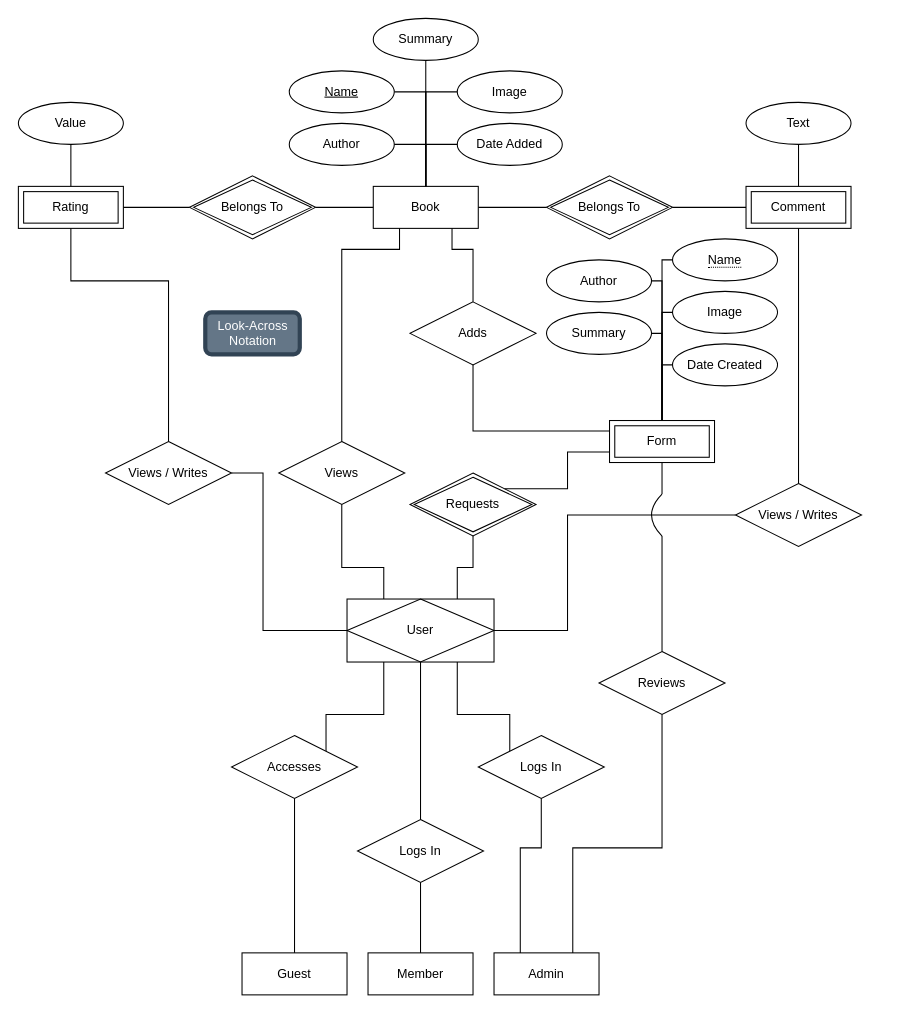
Before: BDB Diagram.drawio in theinsurgentarchive/BDB, a draw.io diagram. Source tidied: cells renumbered, new cells numbered last; positions are measured from the earlier drawing's top-left corner, leaving out a move shared by most shapes. Both pictures are drawn from the tidied source at 105%, with x=0, y=0 at pixel (18, 18).
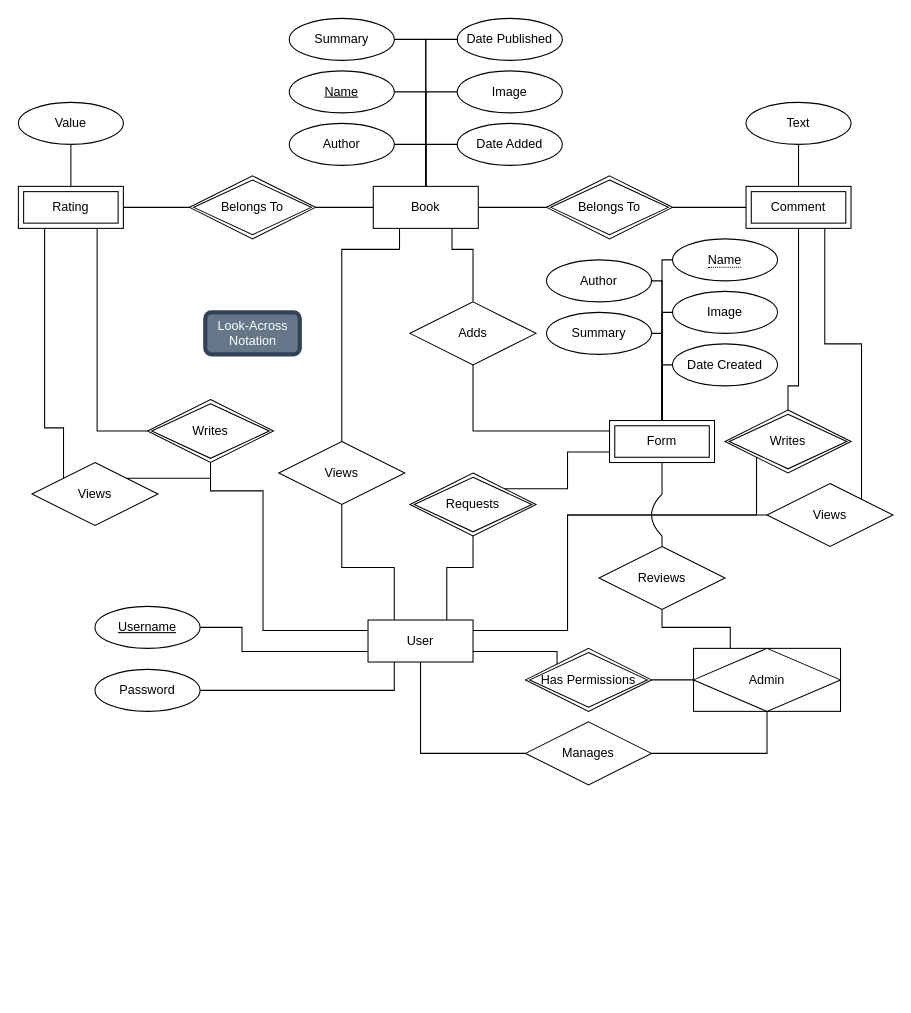
The same diagram, later.

The change refers to these unchanged cells:
```xml
<mxCell id="2" value="&lt;div&gt;Book&lt;/div&gt;" style="whiteSpace=wrap;html=1;align=center;" parent="1" vertex="1">
  <mxGeometry x="338" y="160" width="100" height="40" as="geometry" />
</mxCell>
<mxCell id="11" value="Rating" style="shape=ext;margin=3;double=1;whiteSpace=wrap;html=1;align=center;" parent="1" vertex="1">
  <mxGeometry y="160" width="100" height="40" as="geometry" />
</mxCell>
<mxCell id="12" value="&lt;div&gt;Comment&lt;/div&gt;" style="shape=ext;margin=3;double=1;whiteSpace=wrap;html=1;align=center;" parent="1" vertex="1">
  <mxGeometry x="693" y="160" width="100" height="40" as="geometry" />
</mxCell>
<mxCell id="23" value="&lt;div&gt;Views&lt;/div&gt;" style="shape=rhombus;perimeter=rhombusPerimeter;whiteSpace=wrap;html=1;align=center;" parent="1" vertex="1">
  <mxGeometry x="248" y="403" width="120" height="60" as="geometry" />
</mxCell>
<mxCell id="33" value="&lt;div&gt;Requests&lt;/div&gt;" style="shape=rhombus;double=1;perimeter=rhombusPerimeter;whiteSpace=wrap;html=1;align=center;" parent="1" vertex="1">
  <mxGeometry x="373" y="433" width="120" height="60" as="geometry" />
</mxCell>
```

What changed in the source:
```diff
@@
-    <mxCell id="24" style="endArrow=none;html=1;rounded=0;entryX=0.5;entryY=1;entryDx=0;entryDy=0;exitX=0.25;exitY=0;exitDx=0;exitDy=0;" parent="1" edge="1" source="38" target="23">
+    <mxCell id="24" style="endArrow=none;html=1;rounded=0;entryX=0.5;entryY=1;entryDx=0;entryDy=0;exitX=0.25;exitY=0;exitDx=0;exitDy=0;" parent="1" edge="1" source="50" target="23">
       <mxGeometry relative="1" as="geometry">
         <Array as="points">
-          <mxPoint x="348" y="523" />
+          <mxPoint x="358" y="523" />
           <mxPoint x="308" y="523" />
         </Array>
       </mxGeometry>
     </mxCell>
@@
-    <mxCell id="26" value="Views / Writes" style="shape=rhombus;perimeter=rhombusPerimeter;whiteSpace=wrap;html=1;align=center;" parent="1" vertex="1">
-      <mxGeometry x="683" y="443" width="120" height="60" as="geometry" />
+    <mxCell id="26" value="Views" style="shape=rhombus;perimeter=rhombusPerimeter;whiteSpace=wrap;html=1;align=center;" parent="1" vertex="1">
+      <mxGeometry x="713" y="443" width="120" height="60" as="geometry" />
     </mxCell>
-    <mxCell id="27" value="Views / Writes" style="shape=rhombus;perimeter=rhombusPerimeter;whiteSpace=wrap;html=1;align=center;" parent="1" vertex="1">
-      <mxGeometry x="83" y="403" width="120" height="60" as="geometry" />
+    <mxCell id="27" value="&lt;div&gt;Views&lt;/div&gt;" style="shape=rhombus;perimeter=rhombusPerimeter;whiteSpace=wrap;html=1;align=center;" parent="1" vertex="1">
+      <mxGeometry x="13" y="423" width="120" height="60" as="geometry" />
     </mxCell>
-    <mxCell id="28" style="endArrow=none;html=1;rounded=0;exitX=1;exitY=0.5;exitDx=0;exitDy=0;entryX=0;entryY=0.5;entryDx=0;entryDy=0;" parent="1" edge="1" source="27" target="38">
+    <mxCell id="28" style="endArrow=none;html=1;rounded=0;exitX=0.5;exitY=1;exitDx=0;exitDy=0;entryX=0;entryY=0.25;entryDx=0;entryDy=0;" parent="1" edge="1" source="76" target="50">
       <mxGeometry relative="1" as="geometry">
         <Array as="points">
-          <mxPoint x="233" y="433" />
+          <mxPoint x="183" y="450" />
+          <mxPoint x="233" y="450" />
           <mxPoint x="233" y="583" />
         </Array>
       </mxGeometry>
     </mxCell>
-    <mxCell id="29" style="endArrow=none;html=1;rounded=0;exitX=0;exitY=0.5;exitDx=0;exitDy=0;entryX=1;entryY=0.5;entryDx=0;entryDy=0;" parent="1" edge="1" source="26" target="38">
+    <mxCell id="29" style="endArrow=none;html=1;rounded=0;exitX=0;exitY=0.5;exitDx=0;exitDy=0;entryX=1;entryY=0.5;entryDx=0;entryDy=0;" parent="1" edge="1" source="26">
       <mxGeometry relative="1" as="geometry">
+        <mxPoint x="453" y="583" as="targetPoint" />
         <Array as="points">
           <mxPoint x="523" y="473" />
           <mxPoint x="523" y="583" />
         </Array>
       </mxGeometry>
     </mxCell>
-    <mxCell id="30" style="endArrow=none;html=1;rounded=0;exitX=0.5;exitY=1;exitDx=0;exitDy=0;exitPerimeter=0;entryX=0.5;entryY=0;entryDx=0;entryDy=0;" parent="1" edge="1" source="12" target="26">
-      <mxGeometry relative="1" as="geometry" />
+    <mxCell id="30" style="endArrow=none;html=1;rounded=0;exitX=0.75;exitY=1;exitDx=0;exitDy=0;entryX=1;entryY=0;entryDx=0;entryDy=0;" parent="1" edge="1" source="12" target="26">
+      <mxGeometry relative="1" as="geometry">
+        <Array as="points">
+          <mxPoint x="768" y="310" />
+          <mxPoint x="803" y="310" />
+        </Array>
+      </mxGeometry>
     </mxCell>
-    <mxCell id="31" style="endArrow=none;html=1;rounded=0;exitX=0.5;exitY=1;exitDx=0;exitDy=0;exitPerimeter=0;entryX=0.5;entryY=0;entryDx=0;entryDy=0;" parent="1" edge="1" source="11" target="27">
+    <mxCell id="31" style="endArrow=none;html=1;rounded=0;exitX=0.25;exitY=1;exitDx=0;exitDy=0;entryX=0;entryY=0;entryDx=0;entryDy=0;" parent="1" edge="1" source="11" target="27">
       <mxGeometry relative="1" as="geometry">
         <Array as="points">
-          <mxPoint x="50" y="250" />
-          <mxPoint x="143" y="250" />
+          <mxPoint x="25" y="390" />
+          <mxPoint x="43" y="390" />
         </Array>
       </mxGeometry>
     </mxCell>
@@
-    <mxCell id="34" style="endArrow=none;html=1;rounded=0;exitX=0.5;exitY=1;exitDx=0;exitDy=0;exitPerimeter=0;entryX=0.75;entryY=0;entryDx=0;entryDy=0;" parent="1" edge="1" source="33" target="38">
+    <mxCell id="34" style="endArrow=none;html=1;rounded=0;exitX=0.5;exitY=1;exitDx=0;exitDy=0;exitPerimeter=0;entryX=0.75;entryY=0;entryDx=0;entryDy=0;" parent="1" edge="1" source="33" target="50">
       <mxGeometry relative="1" as="geometry">
         <Array as="points">
           <mxPoint x="433" y="523" />
-          <mxPoint x="418" y="523" />
+          <mxPoint x="408" y="523" />
         </Array>
       </mxGeometry>
     </mxCell>
@@
-    <mxCell id="38" value="User" style="shape=associativeEntity;whiteSpace=wrap;html=1;align=center;" parent="1" vertex="1">
-      <mxGeometry x="313" y="553" width="140" height="60" as="geometry" />
-    </mxCell>
-    <mxCell id="39" style="endArrow=none;html=1;rounded=0;entryX=0.25;entryY=1;entryDx=0;entryDy=0;exitX=1;exitY=0;exitDx=0;exitDy=0;" parent="1" edge="1" source="43" target="38">
-      <mxGeometry relative="1" as="geometry">
-        <Array as="points">
-          <mxPoint x="293" y="663" />
-          <mxPoint x="348" y="663" />
-        </Array>
-      </mxGeometry>
-    </mxCell>
-    <mxCell id="40" style="endArrow=none;html=1;rounded=0;entryX=0.75;entryY=1;entryDx=0;entryDy=0;exitX=0;exitY=0;exitDx=0;exitDy=0;" parent="1" edge="1" source="44" target="38">
-      <mxGeometry relative="1" as="geometry">
-        <Array as="points">
-          <mxPoint x="468" y="663" />
-          <mxPoint x="418" y="663" />
-        </Array>
-      </mxGeometry>
-    </mxCell>
-    <mxCell id="41" style="endArrow=none;html=1;rounded=0;entryX=0.5;entryY=1;entryDx=0;entryDy=0;exitX=0.5;exitY=0;exitDx=0;exitDy=0;" parent="1" edge="1" source="42" target="38">
-      <mxGeometry relative="1" as="geometry" />
-    </mxCell>
-    <mxCell id="42" value="Logs In" style="shape=rhombus;perimeter=rhombusPerimeter;whiteSpace=wrap;html=1;align=center;" parent="1" vertex="1">
-      <mxGeometry x="323" y="763" width="120" height="60" as="geometry" />
-    </mxCell>
-    <mxCell id="43" value="Accesses" style="shape=rhombus;perimeter=rhombusPerimeter;whiteSpace=wrap;html=1;align=center;" parent="1" vertex="1">
-      <mxGeometry x="203" y="683" width="120" height="60" as="geometry" />
-    </mxCell>
-    <mxCell id="44" value="Logs In" style="shape=rhombus;perimeter=rhombusPerimeter;whiteSpace=wrap;html=1;align=center;" parent="1" vertex="1">
-      <mxGeometry x="438" y="683" width="120" height="60" as="geometry" />
-    </mxCell>
-    <mxCell id="45" value="&lt;div&gt;Reviews&lt;/div&gt;" style="shape=rhombus;perimeter=rhombusPerimeter;whiteSpace=wrap;html=1;align=center;" parent="1" vertex="1">
-      <mxGeometry x="553" y="603" width="120" height="60" as="geometry" />
-    </mxCell>
@@
-    <mxCell id="50" value="&lt;div&gt;Member&lt;/div&gt;" style="whiteSpace=wrap;html=1;align=center;" parent="1" vertex="1">
-      <mxGeometry x="333" y="890" width="100" height="40" as="geometry" />
+    <mxCell id="50" value="User" style="whiteSpace=wrap;html=1;align=center;" parent="1" vertex="1">
+      <mxGeometry x="333" y="573" width="100" height="40" as="geometry" />
     </mxCell>
-    <mxCell id="51" value="&lt;div&gt;Guest&lt;/div&gt;" style="whiteSpace=wrap;html=1;align=center;" parent="1" vertex="1">
-      <mxGeometry x="213" y="890" width="100" height="40" as="geometry" />
-    </mxCell>
-    <mxCell id="52" value="Admin" style="whiteSpace=wrap;html=1;align=center;" parent="1" vertex="1">
-      <mxGeometry x="453" y="890" width="100" height="40" as="geometry" />
-    </mxCell>
-    <mxCell id="53" style="endArrow=none;html=1;rounded=0;exitX=0.5;exitY=0;exitDx=0;exitDy=0;entryX=0.5;entryY=1;entryDx=0;entryDy=0;" parent="1" edge="1" source="51" target="43">
-      <mxGeometry relative="1" as="geometry" />
-    </mxCell>
-    <mxCell id="54" style="endArrow=none;html=1;rounded=0;exitX=0.5;exitY=1;exitDx=0;exitDy=0;entryX=0.5;entryY=0;entryDx=0;entryDy=0;" parent="1" edge="1" source="42" target="50">
-      <mxGeometry relative="1" as="geometry" />
-    </mxCell>
-    <mxCell id="55" style="endArrow=none;html=1;rounded=0;entryX=0.5;entryY=1;entryDx=0;entryDy=0;exitX=0.25;exitY=0;exitDx=0;exitDy=0;" parent="1" edge="1" source="52" target="44">
-      <mxGeometry relative="1" as="geometry">
-        <Array as="points">
-          <mxPoint x="478" y="790" />
-          <mxPoint x="498" y="790" />
-        </Array>
-      </mxGeometry>
-    </mxCell>
-    <mxCell id="56" style="endArrow=none;html=1;rounded=0;exitX=0.5;exitY=1;exitDx=0;exitDy=0;entryX=0.75;entryY=0;entryDx=0;entryDy=0;" parent="1" edge="1" source="45" target="52">
-      <mxGeometry relative="1" as="geometry">
-        <Array as="points">
-          <mxPoint x="613" y="790" />
-          <mxPoint x="528" y="790" />
-        </Array>
-      </mxGeometry>
-    </mxCell>
@@
     <mxCell id="62" value="&lt;div&gt;Summary&lt;/div&gt;" style="ellipse;whiteSpace=wrap;html=1;align=center;" parent="1" vertex="1">
-      <mxGeometry x="338" width="100" height="40" as="geometry" />
+      <mxGeometry x="258" width="100" height="40" as="geometry" />
     </mxCell>
-    <mxCell id="63" style="endArrow=none;html=1;rounded=0;exitX=0.5;exitY=0;exitDx=0;exitDy=0;entryX=0.5;entryY=1;entryDx=0;entryDy=0;" parent="1" edge="1" source="2" target="62">
-      <mxGeometry relative="1" as="geometry" />
+    <mxCell id="63" style="endArrow=none;html=1;rounded=0;exitX=0.5;exitY=0;exitDx=0;exitDy=0;entryX=1;entryY=0.5;entryDx=0;entryDy=0;" parent="1" edge="1" source="2" target="62">
+      <mxGeometry relative="1" as="geometry">
+        <Array as="points">
+          <mxPoint x="388" y="20" />
+        </Array>
+      </mxGeometry>
     </mxCell>
@@
+    <mxCell id="70" value="Date Published" style="ellipse;whiteSpace=wrap;html=1;align=center;" parent="1" vertex="1">
+      <mxGeometry x="418" width="100" height="40" as="geometry" />
+    </mxCell>
+    <mxCell id="71" style="endArrow=none;html=1;rounded=0;exitX=0.5;exitY=0;exitDx=0;exitDy=0;entryX=0;entryY=0.5;entryDx=0;entryDy=0;" parent="1" edge="1" source="2" target="70">
+      <mxGeometry relative="1" as="geometry">
+        <Array as="points">
+          <mxPoint x="388" y="20" />
+        </Array>
+      </mxGeometry>
+    </mxCell>
+    <mxCell id="72" value="Password" style="ellipse;whiteSpace=wrap;html=1;align=center;" parent="1" vertex="1">
+      <mxGeometry x="73" y="620" width="100" height="40" as="geometry" />
+    </mxCell>
+    <mxCell id="73" style="endArrow=none;html=1;rounded=0;exitX=1;exitY=0.5;exitDx=0;exitDy=0;entryX=0;entryY=0.75;entryDx=0;entryDy=0;" parent="1" edge="1" source="74" target="50">
+      <mxGeometry relative="1" as="geometry">
+        <Array as="points">
+          <mxPoint x="213" y="580" />
+          <mxPoint x="213" y="603" />
+        </Array>
+      </mxGeometry>
+    </mxCell>
+    <mxCell id="74" value="&lt;div&gt;Username&lt;/div&gt;" style="ellipse;whiteSpace=wrap;html=1;align=center;fontStyle=4;" parent="1" vertex="1">
+      <mxGeometry x="73" y="560" width="100" height="40" as="geometry" />
+    </mxCell>
+    <mxCell id="75" style="endArrow=none;html=1;rounded=0;exitX=0.25;exitY=1;exitDx=0;exitDy=0;entryX=1;entryY=0.5;entryDx=0;entryDy=0;" parent="1" edge="1" source="50" target="72">
+      <mxGeometry relative="1" as="geometry">
+        <Array as="points">
+          <mxPoint x="358" y="640" />
+          <mxPoint x="193" y="640" />
+        </Array>
+      </mxGeometry>
+    </mxCell>
+    <mxCell id="76" value="Writes" style="shape=rhombus;double=1;perimeter=rhombusPerimeter;whiteSpace=wrap;html=1;align=center;" parent="1" vertex="1">
+      <mxGeometry x="123" y="363" width="120" height="60" as="geometry" />
+    </mxCell>
+    <mxCell id="77" style="endArrow=none;html=1;rounded=0;exitX=1;exitY=0;exitDx=0;exitDy=0;" parent="1" edge="1" source="27">
+      <mxGeometry relative="1" as="geometry">
+        <mxPoint x="183" y="438" as="targetPoint" />
+      </mxGeometry>
+    </mxCell>
+    <mxCell id="78" style="endArrow=none;html=1;rounded=0;exitX=0;exitY=0.5;exitDx=0;exitDy=0;entryX=0.75;entryY=1;entryDx=0;entryDy=0;" parent="1" edge="1" source="76" target="11">
+      <mxGeometry relative="1" as="geometry">
+        <Array as="points">
+          <mxPoint x="75" y="393" />
+        </Array>
+      </mxGeometry>
+    </mxCell>
+    <mxCell id="79" value="Writes" style="shape=rhombus;double=1;perimeter=rhombusPerimeter;whiteSpace=wrap;html=1;align=center;" parent="1" vertex="1">
+      <mxGeometry x="673" y="373" width="120" height="60" as="geometry" />
+    </mxCell>
+    <mxCell id="80" style="endArrow=none;html=1;rounded=0;entryX=0;entryY=1;entryDx=0;entryDy=0;exitX=1;exitY=0.25;exitDx=0;exitDy=0;" parent="1" edge="1" source="50" target="79">
+      <mxGeometry relative="1" as="geometry">
+        <Array as="points">
+          <mxPoint x="523" y="583" />
+          <mxPoint x="523" y="473" />
+          <mxPoint x="703" y="473" />
+        </Array>
+      </mxGeometry>
+    </mxCell>
+    <mxCell id="81" style="endArrow=none;html=1;rounded=0;exitX=0.5;exitY=0;exitDx=0;exitDy=0;entryX=0.5;entryY=1;entryDx=0;entryDy=0;" parent="1" edge="1" source="79" target="12">
+      <mxGeometry relative="1" as="geometry">
+        <Array as="points">
+          <mxPoint x="733" y="350" />
+          <mxPoint x="743" y="350" />
+        </Array>
+      </mxGeometry>
+    </mxCell>
+    <mxCell id="82" value="&lt;div&gt;Manages&lt;/div&gt;" style="shape=rhombus;perimeter=rhombusPerimeter;whiteSpace=wrap;html=1;align=center;" parent="1" vertex="1">
+      <mxGeometry x="483" y="670" width="120" height="60" as="geometry" />
+    </mxCell>
+    <mxCell id="83" style="endArrow=none;html=1;rounded=0;exitX=0.5;exitY=1;exitDx=0;exitDy=0;entryX=0;entryY=0.5;entryDx=0;entryDy=0;" parent="1" edge="1" source="50" target="82">
+      <mxGeometry relative="1" as="geometry">
+        <Array as="points">
+          <mxPoint x="383" y="700" />
+        </Array>
+      </mxGeometry>
+    </mxCell>
+    <mxCell id="52" value="&lt;div&gt;Admin&lt;/div&gt;" style="shape=associativeEntity;whiteSpace=wrap;html=1;align=center;" parent="1" vertex="1">
+      <mxGeometry x="643" y="600" width="140" height="60" as="geometry" />
+    </mxCell>
+    <mxCell id="45" value="Reviews" style="shape=rhombus;perimeter=rhombusPerimeter;whiteSpace=wrap;html=1;align=center;" parent="1" vertex="1">
+      <mxGeometry x="553" y="503" width="120" height="60" as="geometry" />
+    </mxCell>
+    <mxCell id="84" value="Has Permissions" style="shape=rhombus;double=1;perimeter=rhombusPerimeter;whiteSpace=wrap;html=1;align=center;" parent="1" vertex="1">
+      <mxGeometry x="483" y="600" width="120" height="60" as="geometry" />
+    </mxCell>
+    <mxCell id="85" style="endArrow=none;html=1;rounded=0;exitX=1;exitY=0.75;exitDx=0;exitDy=0;entryX=0;entryY=0;entryDx=0;entryDy=0;" parent="1" edge="1" source="50" target="84">
+      <mxGeometry relative="1" as="geometry">
+        <Array as="points">
+          <mxPoint x="513" y="603" />
+        </Array>
+      </mxGeometry>
+    </mxCell>
+    <mxCell id="86" style="endArrow=none;html=1;rounded=0;exitX=1;exitY=0.5;exitDx=0;exitDy=0;entryX=0;entryY=0.5;entryDx=0;entryDy=0;" parent="1" edge="1" source="84" target="52">
+      <mxGeometry relative="1" as="geometry" />
+    </mxCell>
+    <mxCell id="56" style="endArrow=none;html=1;rounded=0;exitX=0.5;exitY=1;exitDx=0;exitDy=0;entryX=0.25;entryY=0;entryDx=0;entryDy=0;" parent="1" edge="1" source="45" target="52">
+      <mxGeometry relative="1" as="geometry">
+        <Array as="points">
+          <mxPoint x="613" y="580" />
+          <mxPoint x="678" y="580" />
+        </Array>
+      </mxGeometry>
+    </mxCell>
+    <mxCell id="87" style="endArrow=none;html=1;rounded=0;exitX=1;exitY=0.5;exitDx=0;exitDy=0;entryX=0.5;entryY=1;entryDx=0;entryDy=0;" parent="1" edge="1" source="82" target="52">
+      <mxGeometry relative="1" as="geometry">
+        <Array as="points">
+          <mxPoint x="713" y="700" />
+        </Array>
+      </mxGeometry>
+    </mxCell>
```
